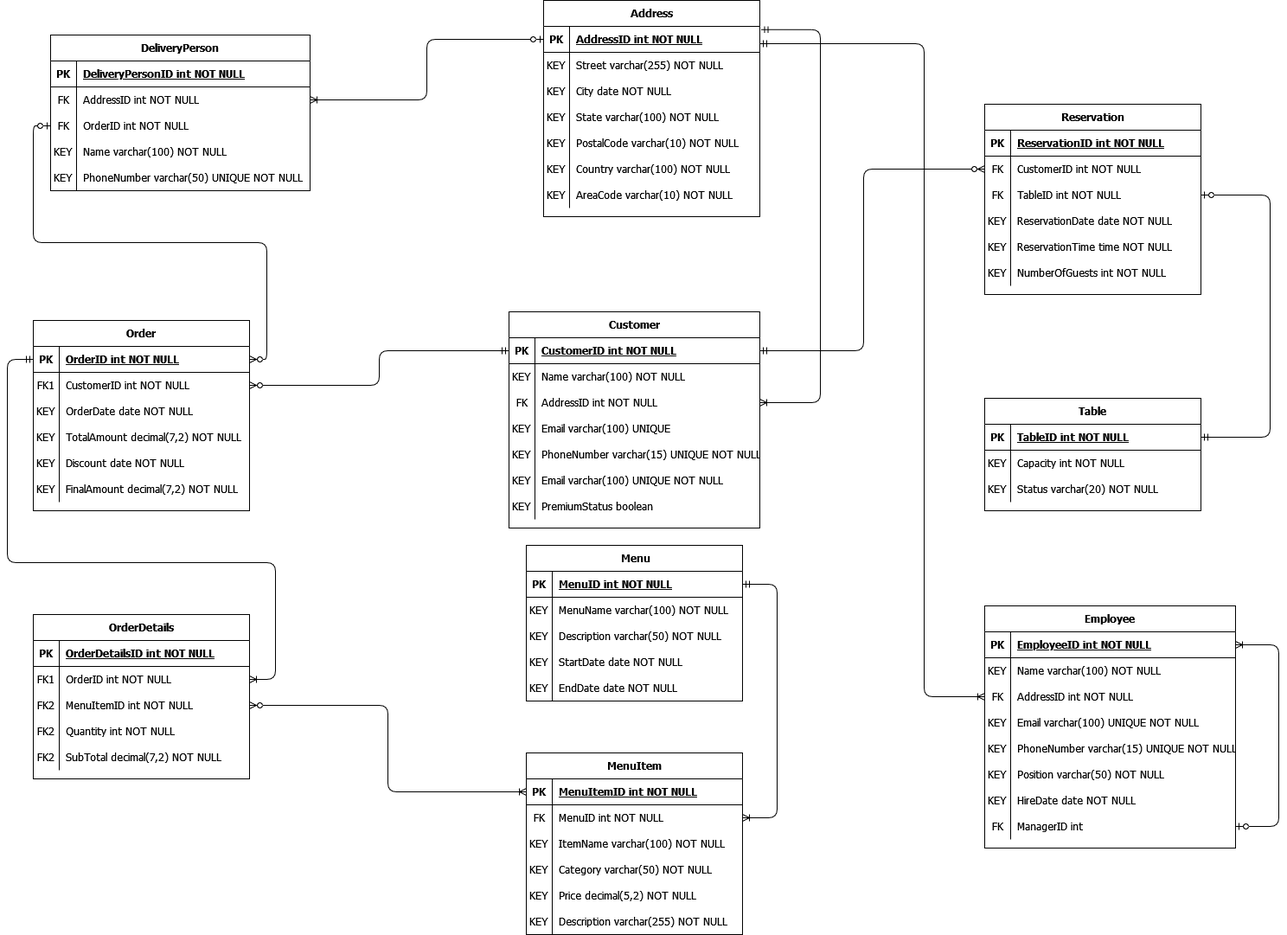
Before: Entity Relationship Diagram.png, a diagram exported from draw.io (KhangProton/ISYS3414-restaurant). Source tidied: cells renumbered, new cells last; positions are measured from the earlier drawing's top-left corner, leaving out a move shared by most shapes.
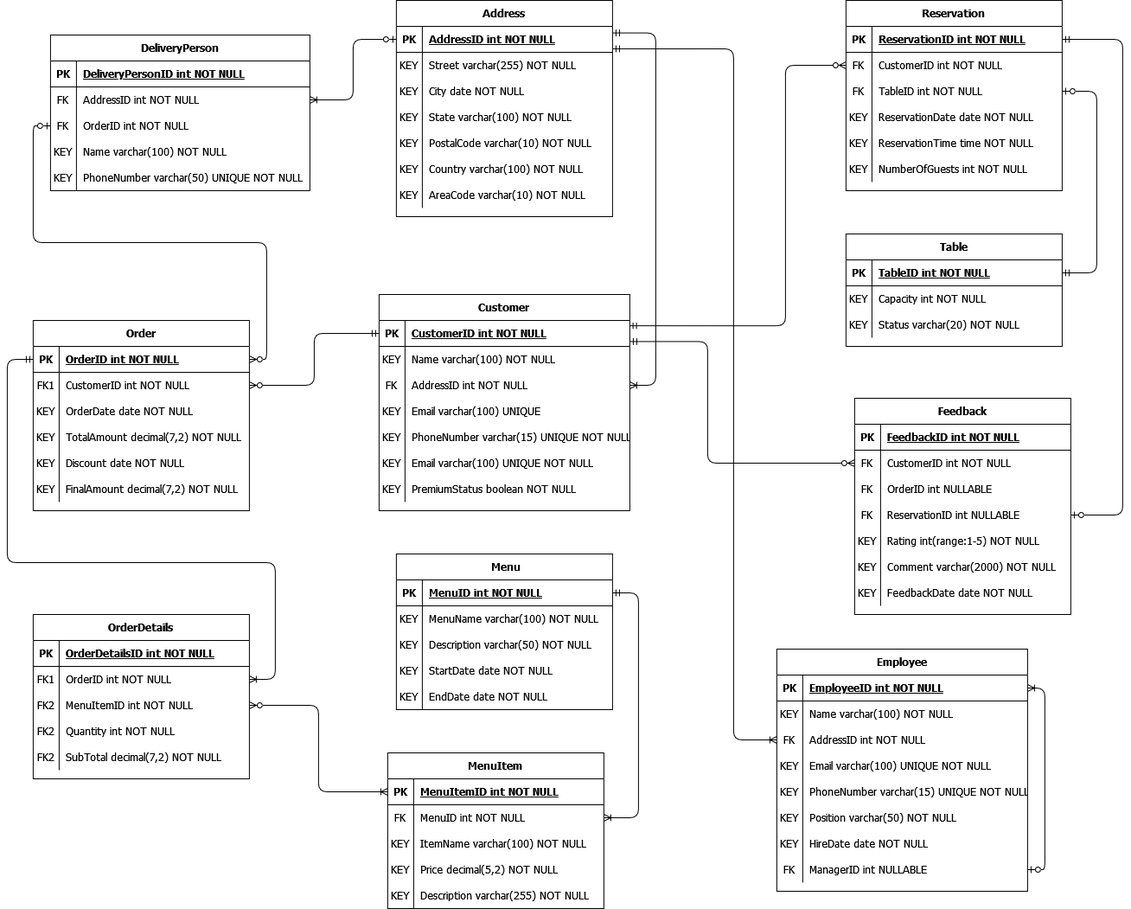
After the change.

Diff of the diagram source:
```diff
@@ -10,6 +10,6 @@
         <Array as="points">
-          <mxPoint y="415" />
-          <mxPoint y="650" />
-          <mxPoint x="310" y="650" />
-          <mxPoint x="310" y="785" />
+          <mxPoint x="121.9" y="405" />
+          <mxPoint x="121.9" y="640" />
+          <mxPoint x="431.9" y="640" />
+          <mxPoint x="431.9" y="775" />
         </Array>
@@ -18,3 +18,3 @@
     <mxCell id="4" value="Order" style="shape=table;startSize=30;rowLines=0;fontStyle=1;align=center;fontFamily=Tahoma;" parent="1" vertex="1">
-      <mxGeometry x="30" y="370" width="250" height="220" as="geometry" />
+      <mxGeometry x="151.9" y="360" width="250" height="220" as="geometry" />
     </mxCell>
@@ -75,3 +75,3 @@
     <mxCell id="23" value="OrderDetails" style="shape=table;startSize=30;rowLines=0;fontStyle=1;align=center;fontFamily=Tahoma;" parent="1" vertex="1">
-      <mxGeometry x="30" y="710" width="250" height="190" as="geometry" />
+      <mxGeometry x="151.9" y="700" width="250" height="190" as="geometry" />
     </mxCell>
@@ -123,3 +123,3 @@
     <mxCell id="39" value="Customer" style="shape=table;startSize=30;rowLines=0;fontStyle=1;align=center;fontFamily=Tahoma;" parent="1" vertex="1">
-      <mxGeometry x="580" y="360" width="290" height="250" as="geometry" />
+      <mxGeometry x="551.9" y="330" width="290" height="250" as="geometry" />
     </mxCell>
@@ -185,3 +185,3 @@
     </mxCell>
-    <mxCell id="60" value="PremiumStatus boolean" style="shape=partialRectangle;overflow=hidden;fillColor=none;top=0;left=0;bottom=0;right=0;align=left;spacingLeft=6;fontFamily=Tahoma;" parent="58" vertex="1">
+    <mxCell id="60" value="PremiumStatus boolean NOT NULL" style="shape=partialRectangle;overflow=hidden;fillColor=none;top=0;left=0;bottom=0;right=0;align=left;spacingLeft=6;fontFamily=Tahoma;" parent="58" vertex="1">
       <mxGeometry x="30" width="260" height="30" as="geometry" />
@@ -189,3 +189,3 @@
     <mxCell id="61" value="MenuItem" style="shape=table;startSize=30;rowLines=0;fontStyle=1;align=center;fontFamily=Tahoma;" parent="1" vertex="1">
-      <mxGeometry x="600" y="870" width="250" height="210" as="geometry" />
+      <mxGeometry x="561.9" y="860" width="250" height="180" as="geometry" />
     </mxCell>
@@ -218,13 +218,4 @@
     </mxCell>
-    <mxCell id="71" style="shape=partialRectangle;fillColor=none;points=[[0,0.5],[1,0.5]];portConstraint=eastwest;top=0;left=0;right=0;bottom=0;fontFamily=Tahoma;" parent="61" vertex="1">
-      <mxGeometry y="120" width="250" height="30" as="geometry" />
-    </mxCell>
-    <mxCell id="72" value="KEY" style="shape=partialRectangle;overflow=hidden;fillColor=none;top=0;left=0;bottom=0;right=0;fontFamily=Tahoma;" parent="71" vertex="1">
-      <mxGeometry width="30" height="30" as="geometry" />
-    </mxCell>
-    <mxCell id="73" value="Category varchar(50) NOT NULL" style="shape=partialRectangle;overflow=hidden;fillColor=none;top=0;left=0;bottom=0;right=0;align=left;spacingLeft=6;fontFamily=Tahoma;" parent="71" vertex="1">
-      <mxGeometry x="30" width="220" height="30" as="geometry" />
-    </mxCell>
     <mxCell id="74" style="shape=partialRectangle;fillColor=none;top=0;left=0;right=0;bottom=0;fontFamily=Tahoma;" parent="61" vertex="1">
-      <mxGeometry y="150" width="250" height="30" as="geometry" />
+      <mxGeometry y="120" width="250" height="30" as="geometry" />
     </mxCell>
@@ -237,3 +228,3 @@
     <mxCell id="77" style="shape=partialRectangle;fillColor=none;top=0;left=0;right=0;bottom=0;fontFamily=Tahoma;" parent="61" vertex="1">
-      <mxGeometry y="180" width="250" height="30" as="geometry" />
+      <mxGeometry y="150" width="250" height="30" as="geometry" />
     </mxCell>
@@ -251,4 +242,4 @@
         <Array as="points">
-          <mxPoint x="1470" y="955" />
-          <mxPoint x="1470" y="745" />
+          <mxPoint x="1321.9" y="995" />
+          <mxPoint x="1321.9" y="785" />
         </Array>
@@ -257,3 +248,3 @@
     <mxCell id="82" value="DeliveryPerson" style="shape=table;startSize=30;rowLines=0;fontStyle=1;align=center;fontFamily=Tahoma;" parent="1" vertex="1">
-      <mxGeometry x="50" y="40" width="300" height="180" as="geometry" />
+      <mxGeometry x="171.9" y="30" width="300" height="180" as="geometry" />
     </mxCell>
@@ -305,3 +296,3 @@
     <mxCell id="98" value="Address" style="shape=table;startSize=30;rowLines=0;fontStyle=1;align=center;fontFamily=Tahoma;" parent="1" vertex="1">
-      <mxGeometry x="620" width="250" height="250" as="geometry" />
+      <mxGeometry x="571.9" y="-10" width="250" height="250" as="geometry" />
     </mxCell>
@@ -374,3 +365,3 @@
     <mxCell id="121" value="Reservation" style="shape=table;startSize=30;rowLines=0;fontStyle=1;align=center;fontFamily=Tahoma;" parent="1" vertex="1">
-      <mxGeometry x="1130" y="120" width="250" height="220" as="geometry" />
+      <mxGeometry x="1091.9" y="-10" width="250" height="220" as="geometry" />
     </mxCell>
@@ -433,8 +424,7 @@
     </mxCell>
-    <mxCell id="141" style="edgeStyle=orthogonalEdgeStyle;shape=connector;rounded=1;jettySize=auto;html=1;exitX=1;exitY=0.5;exitDx=0;exitDy=0;entryX=1.006;entryY=0.125;entryDx=0;entryDy=0;shadow=0;labelBackgroundColor=default;strokeColor=default;fontFamily=Tahoma;fontSize=11;fontColor=default;startArrow=ERoneToMany;startFill=0;endArrow=ERmandOne;endFill=0;entryPerimeter=0;" parent="1" edge="1" source="46" target="99">
+    <mxCell id="141" style="edgeStyle=orthogonalEdgeStyle;shape=connector;rounded=1;jettySize=auto;html=1;exitX=1;exitY=0.5;exitDx=0;exitDy=0;entryX=1;entryY=0.253;entryDx=0;entryDy=0;shadow=0;labelBackgroundColor=default;strokeColor=default;fontFamily=Tahoma;fontSize=11;fontColor=default;startArrow=ERoneToMany;startFill=0;endArrow=ERmandOne;endFill=0;entryPerimeter=0;" parent="1" edge="1" source="46" target="99">
       <mxGeometry relative="1" as="geometry">
         <Array as="points">
-          <mxPoint x="940" y="465" />
-          <mxPoint x="940" y="34" />
-          <mxPoint x="872" y="34" />
+          <mxPoint x="871.9" y="435" />
+          <mxPoint x="871.9" y="28" />
         </Array>
@@ -443,3 +433,3 @@
     <mxCell id="142" value=" Menu" style="shape=table;startSize=30;rowLines=0;fontStyle=1;align=center;fontFamily=Tahoma;" parent="1" vertex="1">
-      <mxGeometry x="600" y="630" width="250" height="180" as="geometry" />
+      <mxGeometry x="571.9" y="630" width="250" height="180" as="geometry" />
     </mxCell>
@@ -493,4 +483,4 @@
         <Array as="points">
-          <mxPoint x="890" y="945" />
-          <mxPoint x="890" y="675" />
+          <mxPoint x="851.9" y="935" />
+          <mxPoint x="851.9" y="675" />
         </Array>
@@ -499,3 +489,3 @@
     <mxCell id="159" value="Table" style="shape=table;startSize=30;rowLines=0;fontStyle=1;align=center;fontFamily=Tahoma;" parent="1" vertex="1">
-      <mxGeometry x="1130" y="460" width="250" height="130" as="geometry" />
+      <mxGeometry x="1091.9" y="260" width="250" height="130" as="geometry" />
     </mxCell>
@@ -528,7 +518,7 @@
     </mxCell>
-    <mxCell id="169" style="edgeStyle=orthogonalEdgeStyle;shape=connector;rounded=1;jettySize=auto;html=1;exitX=0;exitY=0.5;exitDx=0;exitDy=0;entryX=1;entryY=0.5;entryDx=0;entryDy=0;shadow=0;labelBackgroundColor=default;strokeColor=default;fontFamily=Tahoma;fontSize=11;fontColor=default;startArrow=ERzeroToMany;startFill=0;endArrow=ERmandOne;endFill=0;" parent="1" edge="1" source="125" target="40">
+    <mxCell id="169" style="edgeStyle=orthogonalEdgeStyle;shape=connector;rounded=1;jettySize=auto;html=1;entryX=0.999;entryY=0.205;entryDx=0;entryDy=0;shadow=0;labelBackgroundColor=default;strokeColor=default;fontFamily=Tahoma;fontSize=11;fontColor=default;startArrow=ERzeroToMany;startFill=0;endArrow=ERmandOne;endFill=0;exitX=0;exitY=0.5;exitDx=0;exitDy=0;entryPerimeter=0;" parent="1" edge="1" source="125" target="40">
       <mxGeometry relative="1" as="geometry">
         <Array as="points">
-          <mxPoint x="990" y="195" />
-          <mxPoint x="990" y="405" />
+          <mxPoint x="1021.9" y="65" />
+          <mxPoint x="1021.9" y="366" />
         </Array>
@@ -539,4 +529,4 @@
         <Array as="points">
-          <mxPoint x="1460" y="505" />
-          <mxPoint x="1460" y="225" />
+          <mxPoint x="1381.9" y="305" />
+          <mxPoint x="1381.9" y="95" />
         </Array>
@@ -545,3 +535,3 @@
     <mxCell id="171" value="Employee" style="shape=table;startSize=30;rowLines=0;fontStyle=1;align=center;fontFamily=Tahoma;" parent="1" vertex="1">
-      <mxGeometry x="1130" y="700" width="290" height="280" as="geometry" />
+      <mxGeometry x="1011.9" y="740" width="290" height="280" as="geometry" />
     </mxCell>
@@ -616,11 +606,10 @@
     </mxCell>
-    <mxCell id="195" value="ManagerID int" style="shape=partialRectangle;overflow=hidden;fillColor=none;top=0;left=0;bottom=0;right=0;align=left;spacingLeft=6;fontFamily=Tahoma;" parent="193" vertex="1">
+    <mxCell id="195" value="ManagerID int NULLABLE" style="shape=partialRectangle;overflow=hidden;fillColor=none;top=0;left=0;bottom=0;right=0;align=left;spacingLeft=6;fontFamily=Tahoma;" parent="193" vertex="1">
       <mxGeometry x="30" width="260" height="30" as="geometry" />
     </mxCell>
-    <mxCell id="196" style="edgeStyle=orthogonalEdgeStyle;rounded=1;jettySize=auto;html=1;exitX=0;exitY=0.5;exitDx=0;exitDy=0;endArrow=ERmandOne;endFill=0;startArrow=ERoneToMany;startFill=0;" parent="1" edge="1" source="178">
+    <mxCell id="196" style="edgeStyle=orthogonalEdgeStyle;rounded=1;jettySize=auto;html=1;exitX=0;exitY=0.5;exitDx=0;exitDy=0;endArrow=ERmandOne;endFill=0;startArrow=ERoneToMany;startFill=0;entryX=1;entryY=0.865;entryDx=0;entryDy=0;entryPerimeter=0;" parent="1" edge="1" source="178" target="99">
       <mxGeometry relative="1" as="geometry">
-        <mxPoint x="870" y="50" as="targetPoint" />
         <Array as="points">
-          <mxPoint x="1060" y="805" />
-          <mxPoint x="1060" y="50" />
+          <mxPoint x="961.9" y="845" />
+          <mxPoint x="961.9" y="46" />
         </Array>
@@ -628,2 +617,84 @@
     </mxCell>
+    <mxCell id="197" value="Feedback" style="shape=table;startSize=30;rowLines=0;fontStyle=1;align=center;fontFamily=Tahoma;" parent="1" vertex="1">
+      <mxGeometry x="1101.9" y="450" width="250" height="250" as="geometry" />
+    </mxCell>
+    <mxCell id="198" style="shape=partialRectangle;fillColor=none;top=0;left=0;right=0;bottom=1;fontFamily=Tahoma;" parent="197" vertex="1">
+      <mxGeometry y="30" width="250" height="30" as="geometry" />
+    </mxCell>
+    <mxCell id="199" value="PK" style="shape=partialRectangle;overflow=hidden;fillColor=none;top=0;left=0;bottom=0;right=0;fontStyle=1;fontFamily=Tahoma;" parent="198" vertex="1">
+      <mxGeometry width="30" height="30" as="geometry" />
+    </mxCell>
+    <mxCell id="200" value="FeedbackID int NOT NULL " style="shape=partialRectangle;overflow=hidden;fillColor=none;top=0;left=0;bottom=0;right=0;align=left;spacingLeft=6;fontStyle=5;fontFamily=Tahoma;" parent="198" vertex="1">
+      <mxGeometry x="30" width="220" height="30" as="geometry" />
+    </mxCell>
+    <mxCell id="201" style="shape=partialRectangle;fillColor=none;points=[[0,0.5],[1,0.5]];portConstraint=eastwest;top=0;left=0;right=0;bottom=0;fontFamily=Tahoma;" parent="197" vertex="1">
+      <mxGeometry y="60" width="250" height="30" as="geometry" />
+    </mxCell>
+    <mxCell id="202" value="FK" style="shape=partialRectangle;overflow=hidden;fillColor=none;top=0;left=0;bottom=0;right=0;fontFamily=Tahoma;" parent="201" vertex="1">
+      <mxGeometry width="30" height="30" as="geometry" />
+    </mxCell>
+    <mxCell id="203" value="CustomerID int NOT NULL" style="shape=partialRectangle;overflow=hidden;fillColor=none;top=0;left=0;bottom=0;right=0;align=left;spacingLeft=6;fontFamily=Tahoma;" parent="201" vertex="1">
+      <mxGeometry x="30" width="220" height="30" as="geometry" />
+    </mxCell>
+    <mxCell id="204" style="shape=partialRectangle;fillColor=none;top=0;left=0;right=0;bottom=0;fontFamily=Tahoma;" parent="197" vertex="1">
+      <mxGeometry y="90" width="250" height="30" as="geometry" />
+    </mxCell>
+    <mxCell id="205" value="FK" style="shape=partialRectangle;overflow=hidden;fillColor=none;top=0;left=0;bottom=0;right=0;fontFamily=Tahoma;" parent="204" vertex="1">
+      <mxGeometry width="30" height="30" as="geometry" />
+    </mxCell>
+    <mxCell id="206" value="OrderID int NULLABLE" style="shape=partialRectangle;overflow=hidden;fillColor=none;top=0;left=0;bottom=0;right=0;align=left;spacingLeft=6;fontFamily=Tahoma;" parent="204" vertex="1">
+      <mxGeometry x="30" width="220" height="30" as="geometry" />
+    </mxCell>
+    <mxCell id="71" style="shape=partialRectangle;fillColor=none;points=[[0,0.5],[1,0.5]];portConstraint=eastwest;top=0;left=0;right=0;bottom=0;fontFamily=Tahoma;" parent="197" vertex="1">
+      <mxGeometry y="120" width="250" height="30" as="geometry" />
+    </mxCell>
+    <mxCell id="207" value="FK" style="shape=partialRectangle;overflow=hidden;fillColor=none;top=0;left=0;bottom=0;right=0;fontFamily=Tahoma;" parent="71" vertex="1">
+      <mxGeometry width="30" height="30" as="geometry" />
+    </mxCell>
+    <mxCell id="208" value="ReservationID int NULLABLE" style="shape=partialRectangle;overflow=hidden;fillColor=none;top=0;left=0;bottom=0;right=0;align=left;spacingLeft=6;fontFamily=Tahoma;" parent="71" vertex="1">
+      <mxGeometry x="30" width="220" height="30" as="geometry" />
+    </mxCell>
+    <mxCell id="209" style="shape=partialRectangle;fillColor=none;top=0;left=0;right=0;bottom=0;fontFamily=Tahoma;" parent="197" vertex="1">
+      <mxGeometry y="150" width="250" height="30" as="geometry" />
+    </mxCell>
+    <mxCell id="210" value="KEY" style="shape=partialRectangle;overflow=hidden;fillColor=none;top=0;left=0;bottom=0;right=0;fontFamily=Tahoma;" parent="209" vertex="1">
+      <mxGeometry width="30" height="30" as="geometry" />
+    </mxCell>
+    <mxCell id="211" value="Rating int(range:1-5) NOT NULL" style="shape=partialRectangle;overflow=hidden;fillColor=none;top=0;left=0;bottom=0;right=0;align=left;spacingLeft=6;fontFamily=Tahoma;" parent="209" vertex="1">
+      <mxGeometry x="30" width="220" height="30" as="geometry" />
+    </mxCell>
+    <mxCell id="212" style="shape=partialRectangle;fillColor=none;top=0;left=0;right=0;bottom=0;fontFamily=Tahoma;" parent="197" vertex="1">
+      <mxGeometry y="180" width="250" height="30" as="geometry" />
+    </mxCell>
+    <mxCell id="213" value="KEY" style="shape=partialRectangle;overflow=hidden;fillColor=none;top=0;left=0;bottom=0;right=0;fontFamily=Tahoma;" parent="212" vertex="1">
+      <mxGeometry width="30" height="30" as="geometry" />
+    </mxCell>
+    <mxCell id="214" value="Comment varchar(2000) NOT NULL" style="shape=partialRectangle;overflow=hidden;fillColor=none;top=0;left=0;bottom=0;right=0;align=left;spacingLeft=6;fontFamily=Tahoma;" parent="212" vertex="1">
+      <mxGeometry x="30" width="220" height="30" as="geometry" />
+    </mxCell>
+    <mxCell id="215" style="shape=partialRectangle;fillColor=none;top=0;left=0;right=0;bottom=0;fontFamily=Tahoma;" parent="197" vertex="1">
+      <mxGeometry y="210" width="250" height="30" as="geometry" />
+    </mxCell>
+    <mxCell id="216" value="KEY" style="shape=partialRectangle;overflow=hidden;fillColor=none;top=0;left=0;bottom=0;right=0;fontFamily=Tahoma;" parent="215" vertex="1">
+      <mxGeometry width="30" height="30" as="geometry" />
+    </mxCell>
+    <mxCell id="217" value="FeedbackDate date NOT NULL" style="shape=partialRectangle;overflow=hidden;fillColor=none;top=0;left=0;bottom=0;right=0;align=left;spacingLeft=6;fontFamily=Tahoma;" parent="215" vertex="1">
+      <mxGeometry x="30" width="220" height="30" as="geometry" />
+    </mxCell>
+    <mxCell id="218" style="edgeStyle=orthogonalEdgeStyle;rounded=1;jettySize=auto;html=1;exitX=0;exitY=0.5;exitDx=0;exitDy=0;entryX=1;entryY=0.814;entryDx=0;entryDy=0;entryPerimeter=0;startArrow=ERzeroToMany;startFill=0;endArrow=ERmandOne;endFill=0;" parent="1" edge="1" source="201" target="40">
+      <mxGeometry relative="1" as="geometry">
+        <Array as="points">
+          <mxPoint x="931.9" y="525" />
+          <mxPoint x="931.9" y="384" />
+        </Array>
+      </mxGeometry>
+    </mxCell>
+    <mxCell id="219" style="edgeStyle=orthogonalEdgeStyle;rounded=1;jettySize=auto;html=1;exitX=1;exitY=0.5;exitDx=0;exitDy=0;entryX=1;entryY=0.5;entryDx=0;entryDy=0;endArrow=ERmandOne;endFill=0;startArrow=ERzeroToOne;startFill=0;" parent="1" edge="1" source="71" target="122">
+      <mxGeometry relative="1" as="geometry">
+        <Array as="points">
+          <mxPoint x="1411.9" y="585" />
+          <mxPoint x="1411.9" y="35" />
+        </Array>
+      </mxGeometry>
+    </mxCell>
   </root>
```
